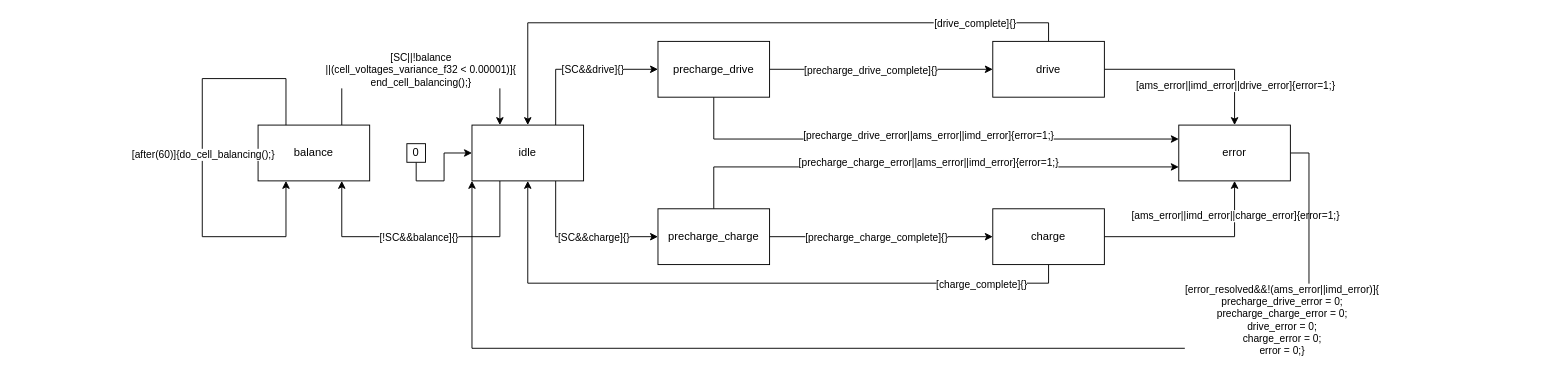
osceri/AMS-CC keeps this draw.io diagram as page "ams" (1 of 7) of xver/xsm/XML/graph.drawio. Above is the earlier version. Source tidied: cells renumbered, new cells numbered last; positions are measured from the earlier drawing's top-left corner, leaving out a move shared by most shapes. Both pictures are drawn from the tidied source at 93%, with x=0, y=0 at pixel (202, 41).
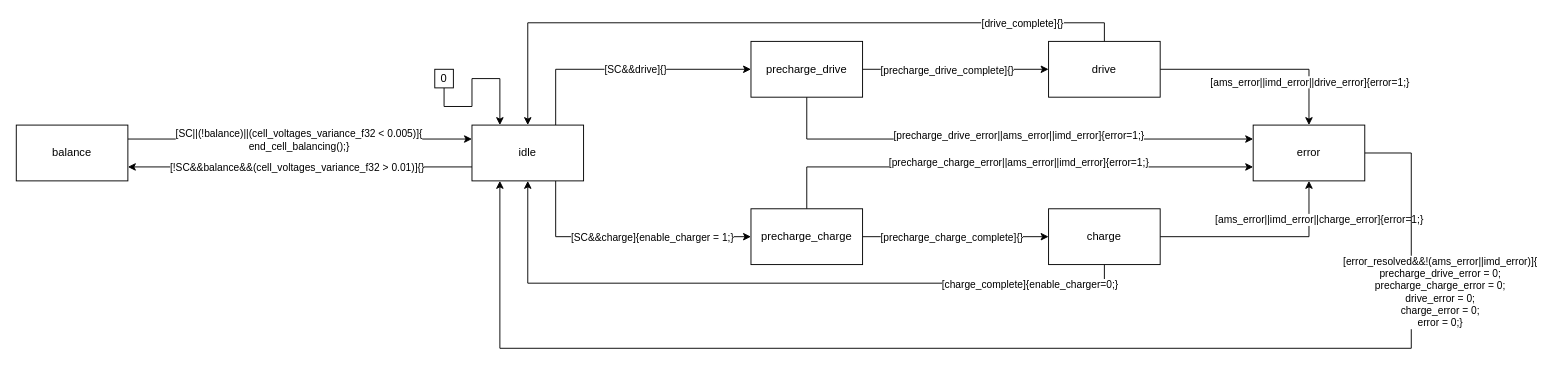
The same page after the edit.

Unchanged cells that the change refers to:
```xml
<mxCell id="12" style="edgeStyle=orthogonalEdgeStyle;rounded=0;jettySize=auto;html=1;exitX=1;exitY=0.5;exitDx=0;exitDy=0;entryX=0.5;entryY=1;entryDx=0;entryDy=0;" parent="1" edge="1" source="16" target="24">
  <mxGeometry relative="1" as="geometry" />
</mxCell>
<mxCell id="14" style="edgeStyle=orthogonalEdgeStyle;rounded=0;jettySize=auto;html=1;exitX=0.5;exitY=1;exitDx=0;exitDy=0;entryX=0.5;entryY=1;entryDx=0;entryDy=0;" parent="1" edge="1" source="16" target="31">
  <mxGeometry relative="1" as="geometry" />
</mxCell>
<mxCell id="27" style="edgeStyle=orthogonalEdgeStyle;rounded=0;jettySize=auto;html=1;exitX=0.75;exitY=1;exitDx=0;exitDy=0;entryX=0;entryY=0.5;entryDx=0;entryDy=0;" parent="1" edge="1" source="31" target="11">
  <mxGeometry relative="1" as="geometry" />
</mxCell>
<mxCell id="31" value="idle" style="rounded=0;whiteSpace=wrap;html=1;" parent="1" vertex="1">
  <mxGeometry x="290" y="90" width="120" height="60" as="geometry" />
</mxCell>
```

Change to the diagram source:
```diff
@@
     <mxCell id="6" value="precharge_drive" style="rounded=0;whiteSpace=wrap;html=1;" parent="1" vertex="1">
-      <mxGeometry x="490" width="120" height="60" as="geometry" />
+      <mxGeometry x="590" width="120" height="60" as="geometry" />
     </mxCell>
@@
     <mxCell id="11" value="precharge_charge" style="rounded=0;whiteSpace=wrap;html=1;" parent="1" vertex="1">
-      <mxGeometry x="490" y="180" width="120" height="60" as="geometry" />
+      <mxGeometry x="590" y="180" width="120" height="60" as="geometry" />
     </mxCell>
@@
     <mxCell id="13" value="[ams_error||imd_error||charge_error]{error=1;}" style="edgeLabel;html=1;align=center;verticalAlign=middle;" parent="12" vertex="1">
-      <mxGeometry x="0.63" relative="1" as="geometry" />
+      <mxGeometry x="0.63" relative="1" as="geometry">
+        <mxPoint x="10" as="offset" />
+      </mxGeometry>
     </mxCell>
@@
-    <mxCell id="15" value="[charge_complete]{}" style="edgeLabel;html=1;align=center;verticalAlign=middle;" parent="14" vertex="1">
+    <mxCell id="15" value="[charge_complete]{enable_charger=0;}" style="edgeLabel;html=1;align=center;verticalAlign=middle;" parent="14" vertex="1">
       <mxGeometry x="-0.73" y="1" relative="1" as="geometry" />
     </mxCell>
     <mxCell id="16" value="charge" style="rounded=0;whiteSpace=wrap;html=1;" parent="1" vertex="1">
-      <mxGeometry x="850" y="180" width="120" height="60" as="geometry" />
+      <mxGeometry x="910" y="180" width="120" height="60" as="geometry" />
     </mxCell>
@@
     <mxCell id="21" value="drive" style="rounded=0;whiteSpace=wrap;html=1;" parent="1" vertex="1">
-      <mxGeometry x="850" width="120" height="60" as="geometry" />
+      <mxGeometry x="910" width="120" height="60" as="geometry" />
     </mxCell>
-    <mxCell id="22" style="edgeStyle=orthogonalEdgeStyle;rounded=0;jettySize=auto;html=1;exitX=1;exitY=0.5;exitDx=0;exitDy=0;entryX=0;entryY=1;entryDx=0;entryDy=0;" parent="1" edge="1" source="24" target="31">
+    <mxCell id="22" style="edgeStyle=orthogonalEdgeStyle;rounded=0;jettySize=auto;html=1;exitX=1;exitY=0.5;exitDx=0;exitDy=0;entryX=0.25;entryY=1;entryDx=0;entryDy=0;" parent="1" edge="1" source="24" target="31">
       <mxGeometry relative="1" as="geometry">
         <Array as="points">
-          <mxPoint x="1190" y="120" />
-          <mxPoint x="1190" y="330" />
-          <mxPoint x="290" y="330" />
+          <mxPoint x="1300" y="120" />
+          <mxPoint x="1300" y="330" />
+          <mxPoint x="320" y="330" />
         </Array>
       </mxGeometry>
     </mxCell>
     <mxCell id="23" value="&lt;div&gt;[error_resolved&amp;amp;&amp;amp;!(ams_error||imd_error)]{&lt;/div&gt;&lt;div&gt;precharge_drive_error = 0;&lt;/div&gt;&lt;div&gt;precharge_charge_error = 0;&lt;/div&gt;&lt;div&gt;drive_error = 0;&lt;/div&gt;&lt;div&gt;charge_error = 0;&lt;/div&gt;&lt;div&gt;error = 0;}&lt;/div&gt;" style="edgeLabel;html=1;align=center;verticalAlign=middle;" parent="22" vertex="1">
       <mxGeometry x="-0.67" relative="1" as="geometry">
-        <mxPoint x="-30" y="-17" as="offset" />
+        <mxPoint x="30" y="-35" as="offset" />
       </mxGeometry>
     </mxCell>
     <mxCell id="24" value="error" style="rounded=0;whiteSpace=wrap;html=1;" parent="1" vertex="1">
-      <mxGeometry x="1050" y="90" width="120" height="60" as="geometry" />
+      <mxGeometry x="1130" y="90" width="120" height="60" as="geometry" />
     </mxCell>
@@
-    <mxCell id="28" value="[SC&amp;amp;&amp;amp;charge]{}" style="edgeLabel;html=1;align=center;verticalAlign=middle;" parent="27" vertex="1">
+    <mxCell id="28" value="[SC&amp;amp;&amp;amp;charge]{enable_charger = 1;}" style="edgeLabel;html=1;align=center;verticalAlign=middle;" parent="27" vertex="1">
       <mxGeometry x="0.27" relative="1" as="geometry">
         <mxPoint x="-8" as="offset" />
       </mxGeometry>
     </mxCell>
-    <mxCell id="29" style="edgeStyle=orthogonalEdgeStyle;rounded=0;jettySize=auto;html=1;exitX=0.25;exitY=1;exitDx=0;exitDy=0;entryX=0.75;entryY=1;entryDx=0;entryDy=0;" parent="1" edge="1" source="31" target="34">
+    <mxCell id="29" style="edgeStyle=orthogonalEdgeStyle;rounded=0;jettySize=auto;html=1;exitX=0;exitY=0.75;exitDx=0;exitDy=0;entryX=1;entryY=0.75;entryDx=0;entryDy=0;" parent="1" edge="1" source="31" target="34">
       <mxGeometry relative="1" as="geometry">
         <Array as="points">
-          <mxPoint x="320" y="210" />
-          <mxPoint x="150" y="210" />
+          <mxPoint x="220" y="135" />
+          <mxPoint x="220" y="135" />
         </Array>
       </mxGeometry>
     </mxCell>
-    <mxCell id="30" value="[!SC&amp;amp;&amp;amp;balance]{}" style="edgeLabel;html=1;align=center;verticalAlign=middle;" parent="29" vertex="1">
+    <mxCell id="30" value="&lt;div&gt;[!SC&amp;amp;&amp;amp;balance&amp;amp;&amp;amp;(cell_voltages_variance_f32 &amp;gt; 0.01)]{}&lt;/div&gt;" style="edgeLabel;html=1;align=center;verticalAlign=middle;" parent="29" vertex="1">
       <mxGeometry x="0.02" relative="1" as="geometry" />
     </mxCell>
@@
-    <mxCell id="32" style="edgeStyle=orthogonalEdgeStyle;rounded=0;jettySize=auto;html=1;exitX=0.75;exitY=0;exitDx=0;exitDy=0;entryX=0.25;entryY=0;entryDx=0;entryDy=0;" parent="1" edge="1" source="34" target="31">
+    <mxCell id="32" style="edgeStyle=orthogonalEdgeStyle;rounded=0;jettySize=auto;html=1;exitX=1;exitY=0.25;exitDx=0;exitDy=0;entryX=0;entryY=0.25;entryDx=0;entryDy=0;" parent="1" edge="1" source="34" target="31">
       <mxGeometry relative="1" as="geometry">
         <Array as="points">
-          <mxPoint x="150" y="30" />
-          <mxPoint x="320" y="30" />
+          <mxPoint x="220" y="105" />
+          <mxPoint x="220" y="105" />
         </Array>
       </mxGeometry>
     </mxCell>
-    <mxCell id="33" value="&lt;div&gt;[SC||!balance&lt;/div&gt;&lt;div&gt;||(cell_voltages_variance_f32 &amp;lt; 0.00001)]{&lt;/div&gt;&lt;div&gt;end_cell_balancing();}&lt;/div&gt;" style="edgeLabel;html=1;align=center;verticalAlign=middle;" parent="32" vertex="1">
+    <mxCell id="33" value="&lt;div&gt;[SC||(!balance)||(cell_voltages_variance_f32 &amp;lt; 0.005)]{&lt;/div&gt;&lt;div&gt;end_cell_balancing();}&lt;/div&gt;" style="edgeLabel;html=1;align=center;verticalAlign=middle;" parent="32" vertex="1">
       <mxGeometry x="-0.01" relative="1" as="geometry" />
     </mxCell>
     <mxCell id="34" value="balance" style="rounded=0;whiteSpace=wrap;html=1;" parent="1" vertex="1">
-      <mxGeometry x="60" y="90" width="120" height="60" as="geometry" />
+      <mxGeometry x="-200" y="90" width="120" height="60" as="geometry" />
     </mxCell>
-    <mxCell id="35" style="edgeStyle=orthogonalEdgeStyle;rounded=0;jettySize=auto;html=1;exitX=0.5;exitY=1;exitDx=0;exitDy=0;entryX=0;entryY=0.5;entryDx=0;entryDy=0;" parent="1" edge="1" source="36" target="31">
+    <mxCell id="35" style="edgeStyle=orthogonalEdgeStyle;rounded=0;jettySize=auto;html=1;exitX=0.5;exitY=1;exitDx=0;exitDy=0;entryX=0.25;entryY=0;entryDx=0;entryDy=0;" parent="1" edge="1" source="36" target="31">
       <mxGeometry relative="1" as="geometry">
         <Array as="points">
-          <mxPoint x="230" y="150" />
-          <mxPoint x="260" y="150" />
-          <mxPoint x="260" y="120" />
+          <mxPoint x="260" y="70" />
+          <mxPoint x="290" y="70" />
+          <mxPoint x="290" y="40" />
+          <mxPoint x="320" y="40" />
         </Array>
       </mxGeometry>
     </mxCell>
     <mxCell id="36" value="0" style="rounded=0;whiteSpace=wrap;html=1;" parent="1" vertex="1">
-      <mxGeometry x="220" y="110" width="20" height="20" as="geometry" />
+      <mxGeometry x="250" y="30" width="20" height="20" as="geometry" />
     </mxCell>
-    <mxCell id="37" style="edgeStyle=orthogonalEdgeStyle;rounded=0;orthogonalLoop=1;jettySize=auto;html=1;exitX=0.25;exitY=0;exitDx=0;exitDy=0;entryX=0.25;entryY=1;entryDx=0;entryDy=0;" parent="1" edge="1" source="34" target="34">
-      <mxGeometry relative="1" as="geometry">
-        <Array as="points">
-          <mxPoint x="90" y="40" />
-          <mxPoint y="40" />
-          <mxPoint y="210" />
-          <mxPoint x="90" y="210" />
-        </Array>
-      </mxGeometry>
-    </mxCell>
-    <mxCell id="38" value="[after(60)]{do_cell_balancing();}" style="edgeLabel;html=1;align=center;verticalAlign=middle;" parent="37" vertex="1">
-      <mxGeometry x="-0.04" relative="1" as="geometry" />
-    </mxCell>
```
